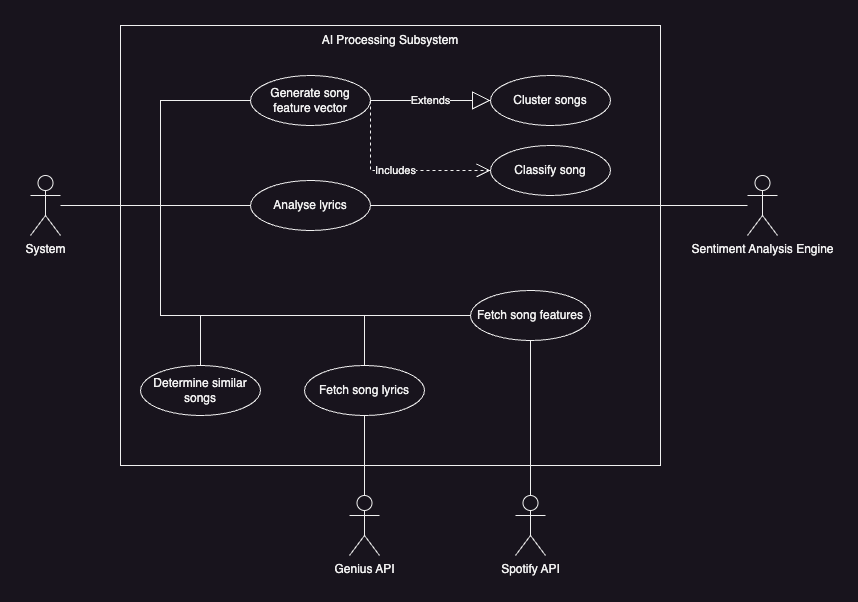
The draw.io diagram Documentation/AI Subsystem.png in COS301-SE-2024/ECHO, before a commit. Source tidied: cells renumbered, new cells last; positions are measured from the earlier drawing's top-left corner, leaving out a move shared by most shapes. Source of this version:
```xml
<mxGraphModel>
  <root>
    <mxCell id="0" />
    <mxCell id="1" parent="0" />
    <mxCell id="2" value="System" style="shape=umlActor;verticalLabelPosition=bottom;verticalAlign=top;html=1;outlineConnect=0;" parent="1" vertex="1">
      <mxGeometry y="150" width="30" height="60" as="geometry" />
    </mxCell>
    <mxCell id="3" style="rounded=0;whiteSpace=wrap;html=1;" parent="1" vertex="1">
      <mxGeometry x="90" width="540" height="440" as="geometry" />
    </mxCell>
    <mxCell id="4" value="Spotify API" style="shape=umlActor;verticalLabelPosition=bottom;verticalAlign=top;html=1;outlineConnect=0;" parent="1" vertex="1">
      <mxGeometry x="485" y="470" width="30" height="60" as="geometry" />
    </mxCell>
    <mxCell id="5" value="Sentiment Analysis Engine" style="shape=umlActor;verticalLabelPosition=bottom;verticalAlign=top;html=1;outlineConnect=0;" parent="1" vertex="1">
      <mxGeometry x="717" y="150" width="30" height="60" as="geometry" />
    </mxCell>
    <mxCell id="6" value="AI Processing Subsystem" style="text;html=1;align=center;verticalAlign=middle;whiteSpace=wrap;rounded=0;" parent="1" vertex="1">
      <mxGeometry x="245" width="230" height="30" as="geometry" />
    </mxCell>
    <mxCell id="7" value="Fetch song features" style="ellipse;whiteSpace=wrap;html=1;" parent="1" vertex="1">
      <mxGeometry x="440" y="265" width="120" height="50" as="geometry" />
    </mxCell>
    <mxCell id="8" value="Analyse lyrics" style="ellipse;whiteSpace=wrap;html=1;" parent="1" vertex="1">
      <mxGeometry x="220" y="155" width="120" height="50" as="geometry" />
    </mxCell>
    <mxCell id="9" value="Generate song feature vector" style="ellipse;whiteSpace=wrap;html=1;" parent="1" vertex="1">
      <mxGeometry x="220" y="50" width="120" height="50" as="geometry" />
    </mxCell>
    <mxCell id="10" value="Cluster songs" style="ellipse;whiteSpace=wrap;html=1;" parent="1" vertex="1">
      <mxGeometry x="460" y="50" width="120" height="50" as="geometry" />
    </mxCell>
    <mxCell id="11" value="Extends" style="endArrow=block;endSize=16;endFill=0;html=1;rounded=0;entryX=0;entryY=0.5;entryDx=0;entryDy=0;exitX=1;exitY=0.5;exitDx=0;exitDy=0;" parent="1" edge="1" source="9" target="10">
      <mxGeometry relative="1" as="geometry" />
    </mxCell>
    <mxCell id="12" value="Classify song" style="ellipse;whiteSpace=wrap;html=1;" parent="1" vertex="1">
      <mxGeometry x="460" y="120" width="120" height="50" as="geometry" />
    </mxCell>
    <mxCell id="13" value="Includes" style="endArrow=open;endSize=12;dashed=1;html=1;rounded=0;entryX=0;entryY=0.5;entryDx=0;entryDy=0;exitX=1;exitY=0.5;exitDx=0;exitDy=0;" parent="1" edge="1" source="9" target="12">
      <mxGeometry relative="1" as="geometry">
        <Array as="points">
          <mxPoint x="340" y="145" />
          <mxPoint x="400" y="145" />
        </Array>
      </mxGeometry>
    </mxCell>
    <mxCell id="14" value="Determine similar songs" style="ellipse;whiteSpace=wrap;html=1;" parent="1" vertex="1">
      <mxGeometry x="110" y="340" width="120" height="50" as="geometry" />
    </mxCell>
    <mxCell id="15" style="endArrow=none;html=1;rounded=0;entryX=0;entryY=0.5;entryDx=0;entryDy=0;" parent="1" edge="1" source="2" target="8">
      <mxGeometry relative="1" as="geometry" />
    </mxCell>
    <mxCell id="16" style="endArrow=none;html=1;rounded=0;entryX=0;entryY=0.5;entryDx=0;entryDy=0;" parent="1" edge="1" target="9">
      <mxGeometry relative="1" as="geometry">
        <mxPoint x="130" y="180" as="sourcePoint" />
        <Array as="points">
          <mxPoint x="130" y="75" />
        </Array>
      </mxGeometry>
    </mxCell>
    <mxCell id="17" value="Genius API" style="shape=umlActor;verticalLabelPosition=bottom;verticalAlign=top;html=1;outlineConnect=0;" parent="1" vertex="1">
      <mxGeometry x="319" y="470" width="30" height="60" as="geometry" />
    </mxCell>
    <mxCell id="18" value="Fetch song lyrics" style="ellipse;whiteSpace=wrap;html=1;" parent="1" vertex="1">
      <mxGeometry x="274" y="340" width="120" height="50" as="geometry" />
    </mxCell>
    <mxCell id="19" style="endArrow=none;html=1;rounded=0;entryX=0.5;entryY=1;entryDx=0;entryDy=0;exitX=0.5;exitY=0;exitDx=0;exitDy=0;exitPerimeter=0;" parent="1" edge="1" source="17" target="18">
      <mxGeometry relative="1" as="geometry" />
    </mxCell>
    <mxCell id="20" style="endArrow=none;html=1;rounded=0;exitX=0.5;exitY=0;exitDx=0;exitDy=0;" parent="1" edge="1" source="14">
      <mxGeometry relative="1" as="geometry">
        <mxPoint x="130" y="180" as="targetPoint" />
        <Array as="points">
          <mxPoint x="170" y="290" />
          <mxPoint x="130" y="290" />
        </Array>
      </mxGeometry>
    </mxCell>
    <mxCell id="21" style="endArrow=none;html=1;rounded=0;" parent="1" edge="1" source="18">
      <mxGeometry relative="1" as="geometry">
        <mxPoint x="170" y="290" as="targetPoint" />
        <Array as="points">
          <mxPoint x="334" y="290" />
        </Array>
      </mxGeometry>
    </mxCell>
    <mxCell id="22" style="endArrow=none;html=1;rounded=0;entryX=0;entryY=0.5;entryDx=0;entryDy=0;" parent="1" edge="1" target="7">
      <mxGeometry relative="1" as="geometry">
        <mxPoint x="330" y="290" as="sourcePoint" />
      </mxGeometry>
    </mxCell>
    <mxCell id="23" style="endArrow=none;html=1;rounded=0;exitX=1;exitY=0.5;exitDx=0;exitDy=0;" parent="1" edge="1" source="8" target="5">
      <mxGeometry relative="1" as="geometry" />
    </mxCell>
    <mxCell id="24" style="endArrow=none;html=1;rounded=0;entryX=0.5;entryY=1;entryDx=0;entryDy=0;exitX=0.5;exitY=0;exitDx=0;exitDy=0;exitPerimeter=0;" parent="1" edge="1" source="4" target="7">
      <mxGeometry relative="1" as="geometry" />
    </mxCell>
  </root>
</mxGraphModel>
```
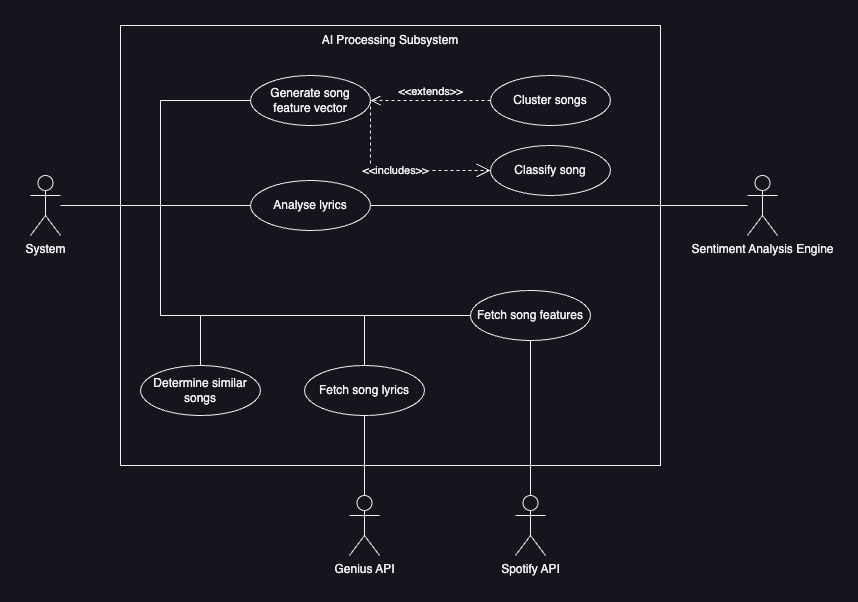
Above is the later version.

Commit message:
📝 revised AI use case diagram

The edit, as a diff of the source:
```diff
@@ -29,13 +29,10 @@
     <mxCell id="10" value="Cluster songs" style="ellipse;whiteSpace=wrap;html=1;" parent="1" vertex="1">
       <mxGeometry x="460" y="50" width="120" height="50" as="geometry" />
     </mxCell>
-    <mxCell id="11" value="Extends" style="endArrow=block;endSize=16;endFill=0;html=1;rounded=0;entryX=0;entryY=0.5;entryDx=0;entryDy=0;exitX=1;exitY=0.5;exitDx=0;exitDy=0;" parent="1" edge="1" source="9" target="10">
-      <mxGeometry relative="1" as="geometry" />
-    </mxCell>
     <mxCell id="12" value="Classify song" style="ellipse;whiteSpace=wrap;html=1;" parent="1" vertex="1">
       <mxGeometry x="460" y="120" width="120" height="50" as="geometry" />
     </mxCell>
-    <mxCell id="13" value="Includes" style="endArrow=open;endSize=12;dashed=1;html=1;rounded=0;entryX=0;entryY=0.5;entryDx=0;entryDy=0;exitX=1;exitY=0.5;exitDx=0;exitDy=0;" parent="1" edge="1" source="9" target="12">
+    <mxCell id="13" value="&amp;lt;&amp;lt;includes&amp;gt;&amp;gt;" style="endArrow=open;endSize=12;dashed=1;html=1;rounded=0;entryX=0;entryY=0.5;entryDx=0;entryDy=0;exitX=1;exitY=0.5;exitDx=0;exitDy=0;" parent="1" edge="1" source="9" target="12">
       <mxGeometry relative="1" as="geometry">
         <Array as="points">
           <mxPoint x="340" y="145" />
@@ -94,5 +91,8 @@
     <mxCell id="24" style="endArrow=none;html=1;rounded=0;entryX=0.5;entryY=1;entryDx=0;entryDy=0;exitX=0.5;exitY=0;exitDx=0;exitDy=0;exitPerimeter=0;" parent="1" edge="1" source="4" target="7">
       <mxGeometry relative="1" as="geometry" />
     </mxCell>
+    <mxCell id="25" value="&amp;lt;&amp;lt;extends&amp;gt;&amp;gt;" style="html=1;verticalAlign=bottom;endArrow=open;dashed=1;endSize=8;curved=0;rounded=0;exitX=0;exitY=0.5;exitDx=0;exitDy=0;entryX=1;entryY=0.5;entryDx=0;entryDy=0;" parent="1" edge="1" source="10" target="9">
+      <mxGeometry relative="1" as="geometry" />
+    </mxCell>
   </root>
 </mxGraphModel>
```
